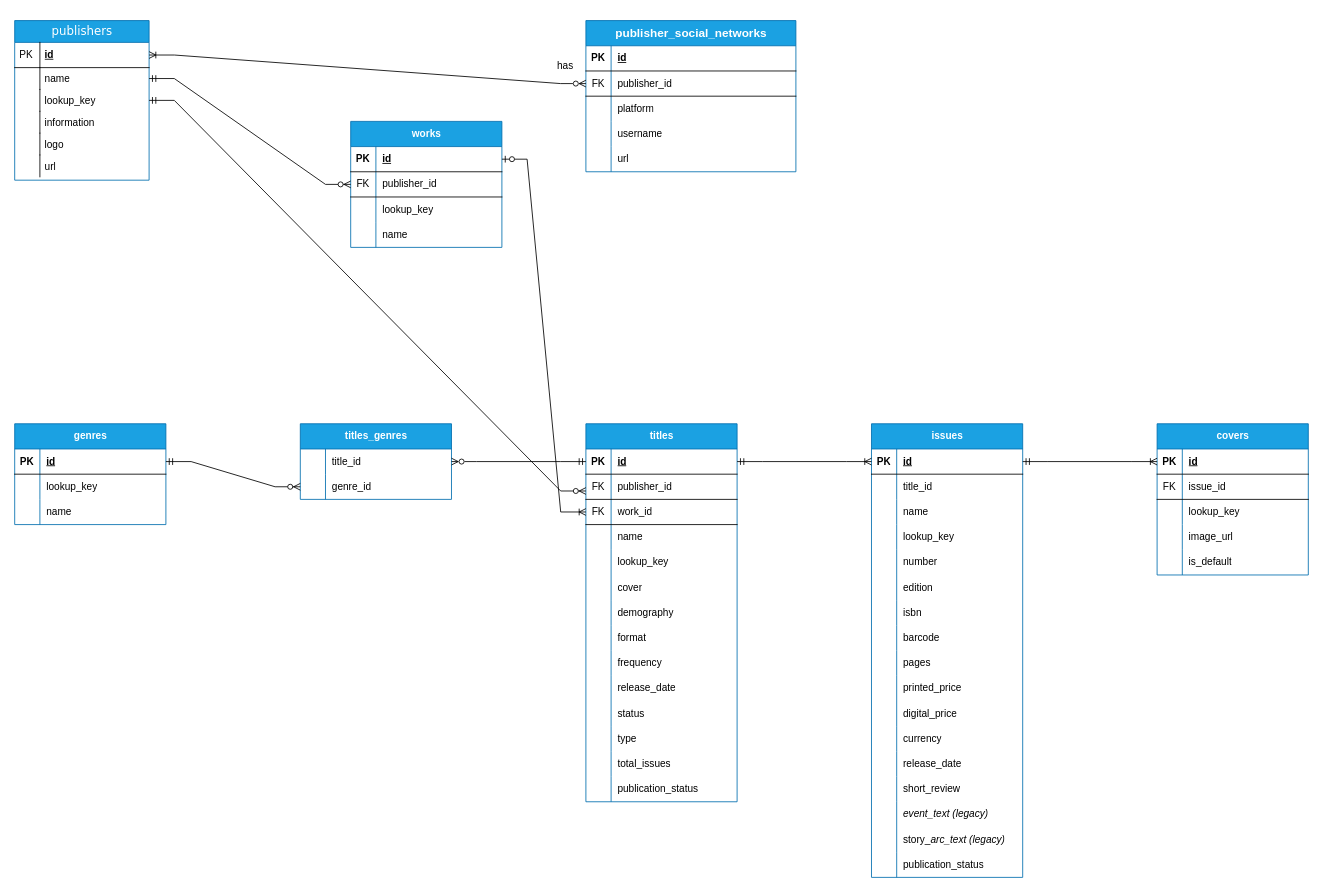
Above: diagrams/collector.drawio in droidark/comixtorm (draw.io), before the change. Source tidied: cells renumbered, new cells numbered last; positions are measured from the earlier drawing's top-left corner, leaving out a move shared by most shapes. Both pictures are drawn from the tidied source at 84%, with x=0, y=0 at pixel (14, 20).
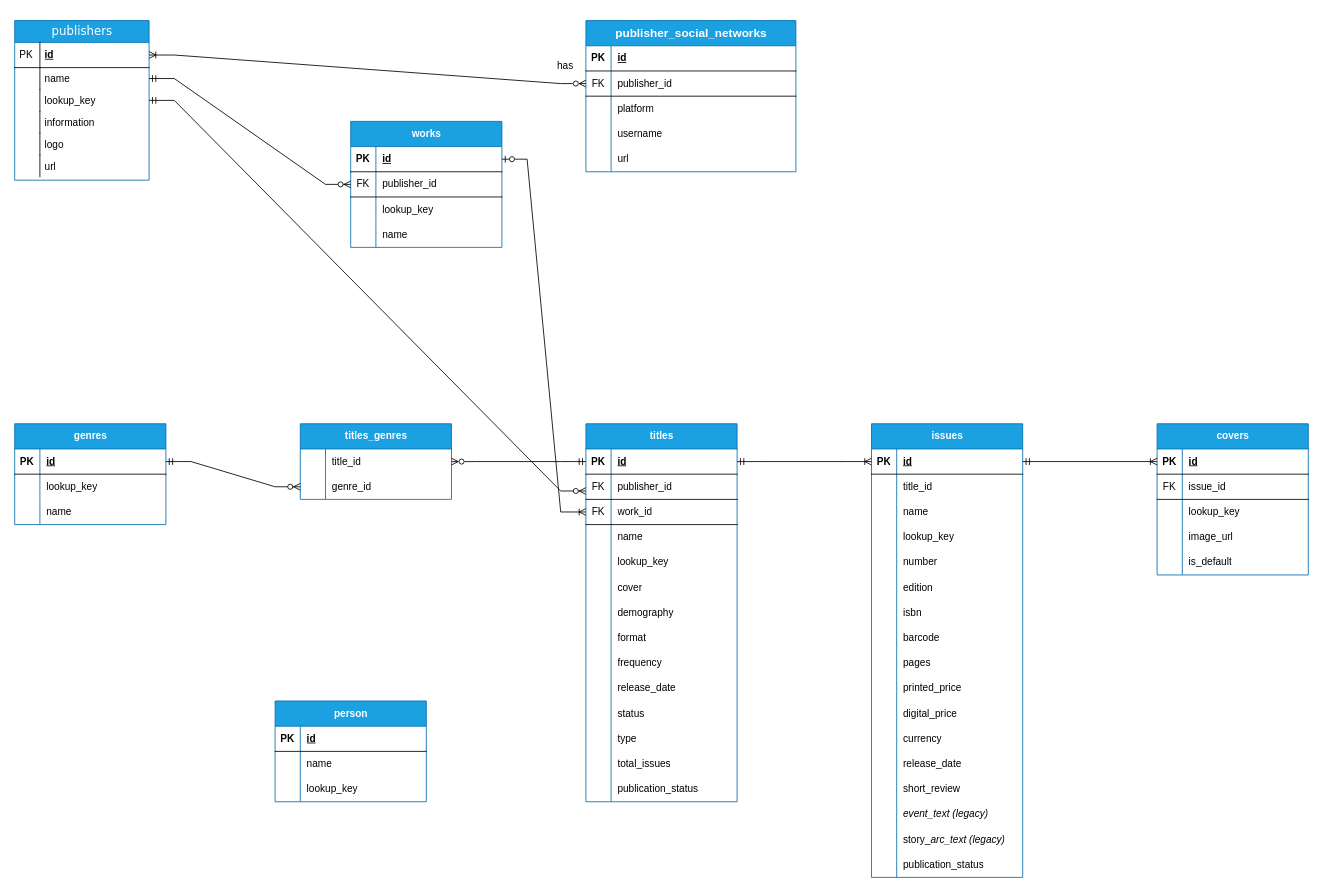
The same page after the edit.

Diff of the diagram source:
```diff
@@
+    <mxCell id="181" value="person" style="shape=table;startSize=30;childLayout=tableLayout;rowLines=0;fontStyle=1;align=center;html=1;fillColor=#1ba1e2;fontColor=#ffffff;strokeColor=#006EAF;" parent="1" vertex="1">
+      <mxGeometry x="310" y="810" width="180" height="120" as="geometry" />
+    </mxCell>
+    <mxCell id="182" style="shape=tableRow;horizontal=0;startSize=0;swimlaneHead=0;swimlaneBody=0;fillColor=none;top=0;left=0;right=0;bottom=1;" parent="181" vertex="1">
+      <mxGeometry y="30" width="180" height="30" as="geometry" />
+    </mxCell>
+    <mxCell id="183" value="PK" style="shape=partialRectangle;fillColor=none;top=0;left=0;bottom=0;right=0;fontStyle=1;overflow=hidden;whiteSpace=wrap;html=1;" parent="182" vertex="1">
+      <mxGeometry width="30" height="30" as="geometry" />
+    </mxCell>
+    <mxCell id="184" value="id" style="shape=partialRectangle;fillColor=none;top=0;left=0;bottom=0;right=0;align=left;spacingLeft=6;fontStyle=5;overflow=hidden;whiteSpace=wrap;html=1;" parent="182" vertex="1">
+      <mxGeometry x="30" width="150" height="30" as="geometry" />
+    </mxCell>
+    <mxCell id="185" style="shape=tableRow;horizontal=0;startSize=0;swimlaneHead=0;swimlaneBody=0;fillColor=none;top=0;left=0;right=0;bottom=0;" parent="181" vertex="1">
+      <mxGeometry y="60" width="180" height="30" as="geometry" />
+    </mxCell>
+    <mxCell id="186" style="shape=partialRectangle;fillColor=none;top=0;left=0;bottom=0;right=0;overflow=hidden;whiteSpace=wrap;html=1;" parent="185" vertex="1">
+      <mxGeometry width="30" height="30" as="geometry" />
+    </mxCell>
+    <mxCell id="187" value="name" style="shape=partialRectangle;fillColor=none;top=0;left=0;bottom=0;right=0;align=left;spacingLeft=6;overflow=hidden;whiteSpace=wrap;html=1;" parent="185" vertex="1">
+      <mxGeometry x="30" width="150" height="30" as="geometry" />
+    </mxCell>
+    <mxCell id="188" style="shape=tableRow;horizontal=0;startSize=0;swimlaneHead=0;swimlaneBody=0;fillColor=none;top=0;left=0;right=0;bottom=0;" parent="181" vertex="1">
+      <mxGeometry y="90" width="180" height="30" as="geometry" />
+    </mxCell>
+    <mxCell id="189" style="shape=partialRectangle;fillColor=none;top=0;left=0;bottom=0;right=0;overflow=hidden;whiteSpace=wrap;html=1;" parent="188" vertex="1">
+      <mxGeometry width="30" height="30" as="geometry" />
+    </mxCell>
+    <mxCell id="190" value="lookup_key" style="shape=partialRectangle;fillColor=none;top=0;left=0;bottom=0;right=0;align=left;spacingLeft=6;overflow=hidden;whiteSpace=wrap;html=1;" parent="188" vertex="1">
+      <mxGeometry x="30" width="150" height="30" as="geometry" />
+    </mxCell>
```
